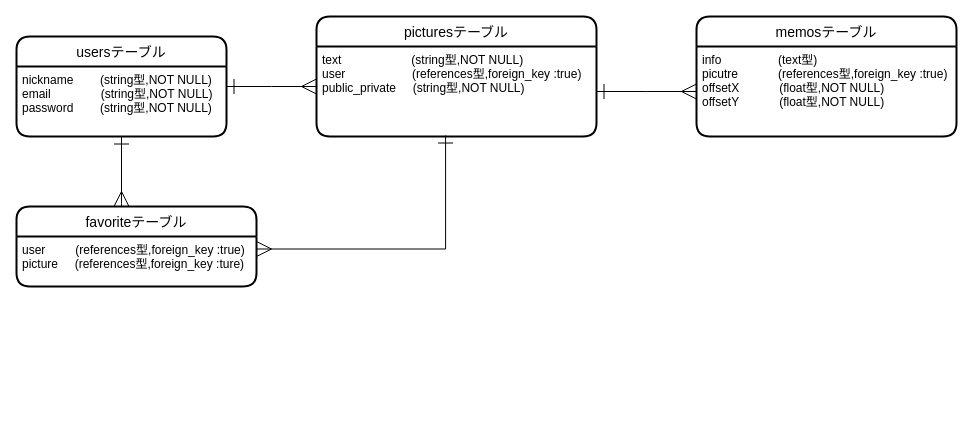
Above: pin-pic.dio in Yamafuku0717/pin-pic3 (draw.io), before the change. Source tidied: cells renumbered, new cells numbered last; positions are measured from the earlier drawing's top-left corner, leaving out a move shared by most shapes. Both pictures are drawn from the tidied source at 100%, with x=0, y=0 at pixel (16, 16).
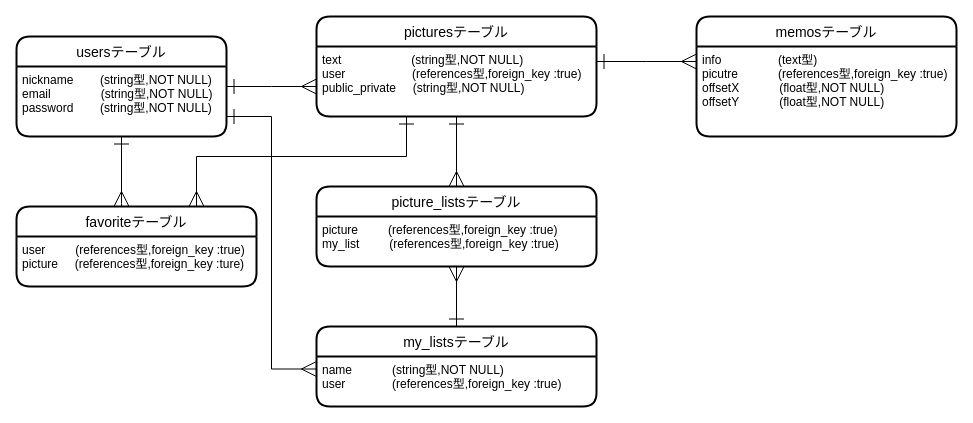
Above is the later version.

Unchanged cells that the change refers to:
```xml
<mxCell id="4" value="nickname        (string型,NOT NULL)&#10;email               (string型,NOT NULL)&#10;password        (string型,NOT NULL)" style="align=left;strokeColor=none;fillColor=none;spacingLeft=4;fontSize=12;verticalAlign=top;" parent="3" vertex="1">
  <mxGeometry y="30" width="210" height="70" as="geometry" />
</mxCell>
<mxCell id="10" value="favoriteテーブル" style="swimlane;horizontal=1;startSize=30;rounded=1;fontSize=14;fontStyle=0;strokeWidth=2;shadow=0;dashed=0;align=center;" parent="1" vertex="1">
  <mxGeometry y="190" width="240" height="80" as="geometry" />
</mxCell>
<mxCell id="11" value="user         (references型,foreign_key :true)&#10;picture     (references型,foreign_key :ture)" style="align=left;strokeColor=none;fillColor=none;spacingLeft=4;fontSize=12;verticalAlign=top;" parent="10" vertex="1">
  <mxGeometry y="30" width="240" height="50" as="geometry" />
</mxCell>
```

The edit, as a diff of the source:
```diff
@@
     <mxCell id="5" value="picturesテーブル" style="swimlane;horizontal=1;startSize=30;rounded=1;fontSize=14;fontStyle=0;strokeWidth=2;shadow=0;dashed=0;align=center;" parent="1" vertex="1">
-      <mxGeometry x="300" width="280" height="120" as="geometry" />
+      <mxGeometry x="300" width="280" height="100" as="geometry" />
     </mxCell>
     <mxCell id="6" value="text                     (string型,NOT NULL)&#10;user                    (references型,foreign_key :true)&#10;public_private     (string型,NOT NULL)" style="align=left;strokeColor=none;fillColor=none;spacingLeft=4;fontSize=12;verticalAlign=top;" parent="5" vertex="1">
-      <mxGeometry y="30" width="280" height="90" as="geometry" />
+      <mxGeometry y="30" width="280" height="70" as="geometry" />
     </mxCell>
+    <mxCell id="14" style="edgeStyle=orthogonalEdgeStyle;rounded=0;orthogonalLoop=1;jettySize=auto;html=1;exitX=0.5;exitY=1;exitDx=0;exitDy=0;startArrow=ERone;startFill=0;startSize=13;endArrow=ERmany;endFill=0;endSize=13;" parent="5" edge="1" source="6" target="6">
+      <mxGeometry relative="1" as="geometry" />
+    </mxCell>
@@
     <mxCell id="9" style="edgeStyle=orthogonalEdgeStyle;rounded=0;jettySize=auto;html=1;startArrow=ERone;startFill=0;startSize=13;endArrow=ERmany;endFill=0;endSize=13;" parent="1" edge="1" source="6">
       <mxGeometry relative="1" as="geometry">
-        <mxPoint x="680" y="75" as="targetPoint" />
+        <mxPoint x="680" y="45" as="targetPoint" />
+        <Array as="points">
+          <mxPoint x="630" y="45" />
+          <mxPoint x="630" y="45" />
+        </Array>
       </mxGeometry>
     </mxCell>
@@
-    <mxCell id="13" style="edgeStyle=orthogonalEdgeStyle;rounded=0;jettySize=auto;html=1;entryX=1;entryY=0.25;entryDx=0;entryDy=0;startArrow=ERone;startFill=0;startSize=13;endArrow=ERmany;endFill=0;endSize=13;exitX=0.461;exitY=0.989;exitDx=0;exitDy=0;exitPerimeter=0;" parent="1" edge="1" source="6" target="11">
-      <mxGeometry relative="1" as="geometry" />
+    <mxCell id="13" style="edgeStyle=orthogonalEdgeStyle;rounded=0;jettySize=auto;html=1;entryX=0.75;entryY=0;entryDx=0;entryDy=0;startArrow=ERone;startFill=0;startSize=13;endArrow=ERmany;endFill=0;endSize=13;" parent="1" edge="1" source="6" target="10">
+      <mxGeometry relative="1" as="geometry">
+        <Array as="points">
+          <mxPoint x="390" y="140" />
+          <mxPoint x="180" y="140" />
+        </Array>
+      </mxGeometry>
     </mxCell>
+    <mxCell id="15" style="edgeStyle=orthogonalEdgeStyle;rounded=0;jettySize=auto;html=1;entryX=0.5;entryY=1;entryDx=0;entryDy=0;startArrow=ERone;startFill=0;startSize=13;endArrow=ERmany;endFill=0;endSize=13;" parent="1" edge="1" source="16" target="19">
+      <mxGeometry relative="1" as="geometry" />
+    </mxCell>
+    <mxCell id="16" value="my_listsテーブル" style="swimlane;horizontal=1;startSize=30;rounded=1;fontSize=14;fontStyle=0;strokeWidth=2;shadow=0;dashed=0;align=center;" parent="1" vertex="1">
+      <mxGeometry x="300" y="310" width="280" height="80" as="geometry" />
+    </mxCell>
+    <mxCell id="17" value="name            (string型,NOT NULL)&#10;user              (references型,foreign_key :true)" style="align=left;strokeColor=none;fillColor=none;spacingLeft=4;fontSize=12;verticalAlign=top;" parent="16" vertex="1">
+      <mxGeometry y="30" width="280" height="50" as="geometry" />
+    </mxCell>
+    <mxCell id="18" value="picture_listsテーブル" style="swimlane;horizontal=1;startSize=30;rounded=1;fontSize=14;fontStyle=0;strokeWidth=2;shadow=0;dashed=0;align=center;" parent="1" vertex="1">
+      <mxGeometry x="300" y="170" width="280" height="80" as="geometry" />
+    </mxCell>
+    <mxCell id="19" value="picture         (references型,foreign_key :true)&#10;my_list         (references型,foreign_key :true)" style="align=left;strokeColor=none;fillColor=none;spacingLeft=4;fontSize=12;verticalAlign=top;" parent="18" vertex="1">
+      <mxGeometry y="30" width="280" height="50" as="geometry" />
+    </mxCell>
+    <mxCell id="20" style="edgeStyle=orthogonalEdgeStyle;rounded=0;jettySize=auto;html=1;entryX=0.5;entryY=0;entryDx=0;entryDy=0;endArrow=ERmany;endFill=0;startSize=13;endSize=13;startArrow=ERone;startFill=0;" parent="1" edge="1" source="6" target="18">
+      <mxGeometry relative="1" as="geometry" />
+    </mxCell>
+    <mxCell id="21" style="edgeStyle=orthogonalEdgeStyle;rounded=0;jettySize=auto;html=1;entryX=0;entryY=0.25;entryDx=0;entryDy=0;startArrow=ERone;startFill=0;startSize=13;endArrow=ERmany;endFill=0;endSize=13;" parent="1" edge="1" source="4" target="17">
+      <mxGeometry relative="1" as="geometry">
+        <Array as="points">
+          <mxPoint x="255" y="100" />
+          <mxPoint x="255" y="353" />
+        </Array>
+      </mxGeometry>
+    </mxCell>
```
